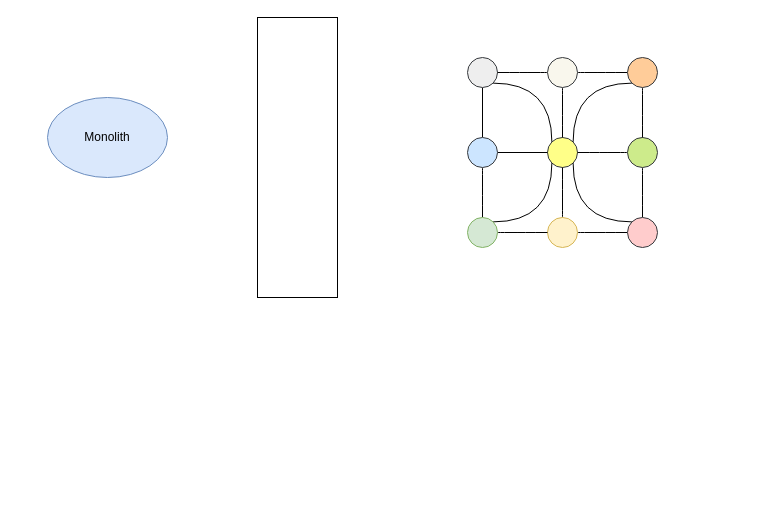
gunnarro/gunnarro-web keeps this draw.io diagram as src/main/resources/static/images/Untitled Diagram.drawio. Above is the earlier version. Source tidied: cells renumbered, new cells numbered last; positions are measured from the earlier drawing's top-left corner, leaving out a move shared by most shapes. Both pictures are drawn from the tidied source at 100%, with x=0, y=0 at pixel (47, 17).
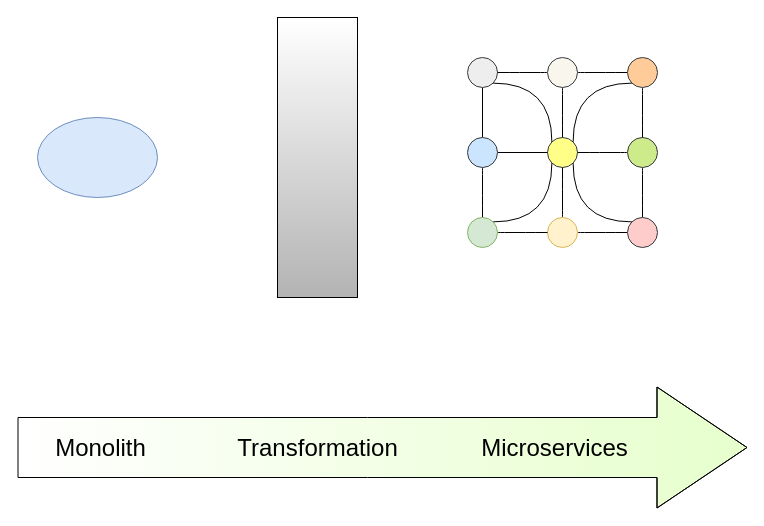
The same page after the edit.

What changed in the source:
```diff
@@
-    <mxCell id="2" value="Monolith" style="ellipse;whiteSpace=wrap;html=1;fillColor=#dae8fc;strokeColor=#6c8ebf;" parent="1" vertex="1">
-      <mxGeometry y="80" width="120" height="80" as="geometry" />
+    <mxCell id="2" style="ellipse;whiteSpace=wrap;html=1;fillColor=#dae8fc;strokeColor=#6c8ebf;" parent="1" vertex="1">
+      <mxGeometry x="-10" y="100" width="120" height="80" as="geometry" />
     </mxCell>
-    <mxCell id="3" style="rounded=0;whiteSpace=wrap;html=1;strokeColor=#000000;fillColor=#FFFFFF;shadow=0;" parent="1" vertex="1">
-      <mxGeometry x="210" width="80" height="280" as="geometry" />
+    <mxCell id="3" style="rounded=0;whiteSpace=wrap;html=1;strokeColor=#000000;fillColor=#B3B3B3;shadow=0;gradientColor=#ffffff;gradientDirection=north;" parent="1" vertex="1">
+      <mxGeometry x="230" width="80" height="280" as="geometry" />
     </mxCell>
@@
+    <mxCell id="29" style="shape=flexArrow;endArrow=classic;html=1;rounded=0;fontSize=24;endWidth=60;endSize=29.67;width=60;shadow=0;fillColor=#E6FFCC;gradientColor=#ffffff;gradientDirection=west;" parent="1" edge="1">
+      <mxGeometry relative="1" as="geometry">
+        <mxPoint x="-30" y="430" as="sourcePoint" />
+        <mxPoint x="700" y="430" as="targetPoint" />
+        <Array as="points">
+          <mxPoint x="320" y="430" />
+        </Array>
+      </mxGeometry>
+    </mxCell>
+    <mxCell id="30" value="Monolith" style="edgeLabel;html=1;align=center;verticalAlign=middle;fontSize=24;labelBackgroundColor=none;" parent="29" vertex="1">
+      <mxGeometry x="-0.73" y="-6" relative="1" as="geometry">
+        <mxPoint x="-17" y="-6" as="offset" />
+      </mxGeometry>
+    </mxCell>
+    <mxCell id="31" value="Transformation" style="edgeLabel;html=1;align=center;verticalAlign=middle;fontSize=24;labelBackgroundColor=none;" parent="29" vertex="1">
+      <mxGeometry x="-0.26" relative="1" as="geometry">
+        <mxPoint x="29" as="offset" />
+      </mxGeometry>
+    </mxCell>
+    <mxCell id="32" value="Microservices" style="edgeLabel;html=1;align=center;verticalAlign=middle;fontSize=24;labelBackgroundColor=none;" parent="29" vertex="1">
+      <mxGeometry x="0.49" y="3" relative="1" as="geometry">
+        <mxPoint x="-8" y="3" as="offset" />
+      </mxGeometry>
+    </mxCell>
```
